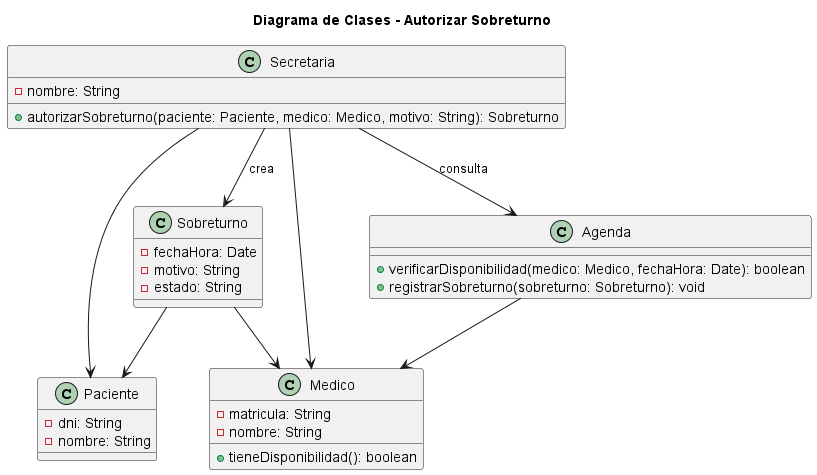
Above: diagramas/01-diagrama-clases/04-clases-autorizar-sobreturno.png in eternalnight04/SistemaTurnosMedicos (PlantUML), before the change. Its diagram source:
```plantuml
@startuml 04-clases-autorizar-sobreturno

title Diagrama de Clases - Autorizar Sobreturno

class Secretaria {
    -nombre: String

    +autorizarSobreturno(paciente: Paciente, medico: Medico, motivo: String): Sobreturno
}

class Paciente {
    -dni: String
    -nombre: String
}

class Medico {
    -matricula: String
    -nombre: String

    +tieneDisponibilidad(): boolean
}

class Sobreturno {
    -fechaHora: Date
    -motivo: String
    -estado: String
}

class Agenda {
    +verificarDisponibilidad(medico: Medico, fechaHora: Date): boolean
    +registrarSobreturno(sobreturno: Sobreturno): void
}

Secretaria --> Agenda : consulta
Secretaria --> Sobreturno : crea
Secretaria --> Paciente
Secretaria --> Medico

Agenda --> Medico
Sobreturno --> Paciente
Sobreturno --> Medico

@enduml
```
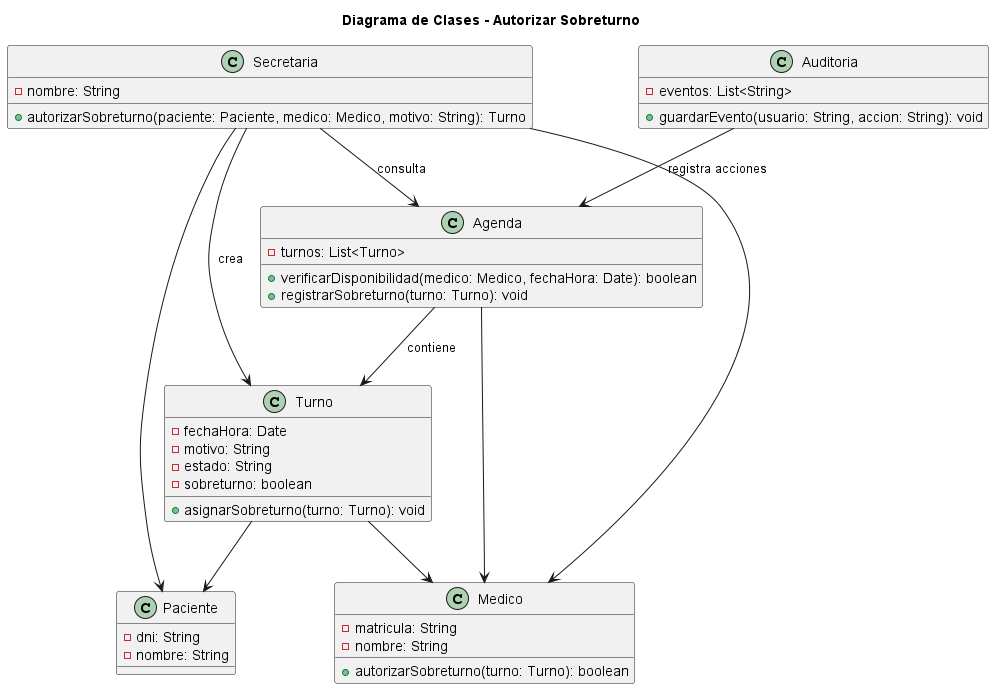
Later version of the same file.

Commit message:
fix: se agrego contenido al indice de analisis_casos_uso.md y se corrigieron archivos y diagramas

Change to the diagram source:
```diff
@@ -5,7 +5,7 @@
 class Secretaria {
     -nombre: String
 
-    +autorizarSobreturno(paciente: Paciente, medico: Medico, motivo: String): Sobreturno
+    +autorizarSobreturno(paciente: Paciente, medico: Medico, motivo: String): Turno
 }
 
 class Paciente {
@@ -17,27 +17,41 @@
     -matricula: String
     -nombre: String
 
-    +tieneDisponibilidad(): boolean
+    +autorizarSobreturno(turno: Turno): boolean
 }
 
-class Sobreturno {
+class Turno {
     -fechaHora: Date
     -motivo: String
     -estado: String
+    -sobreturno: boolean
+
+    +asignarSobreturno(turno: Turno): void
 }
 
 class Agenda {
+    - turnos: List<Turno>
+
     +verificarDisponibilidad(medico: Medico, fechaHora: Date): boolean
-    +registrarSobreturno(sobreturno: Sobreturno): void
+    +registrarSobreturno(turno: Turno): void
+}
+
+class Auditoria {
+    -eventos: List<String>
+
+    +guardarEvento(usuario: String, accion: String): void
 }
 
 Secretaria --> Agenda : consulta
-Secretaria --> Sobreturno : crea
+Secretaria --> Turno : crea
 Secretaria --> Paciente
 Secretaria --> Medico
 
 Agenda --> Medico
-Sobreturno --> Paciente
-Sobreturno --> Medico
+Turno --> Paciente
+Turno --> Medico
+
+Agenda --> Turno : contiene
+Auditoria --> Agenda : registra acciones
 
 @enduml
```
